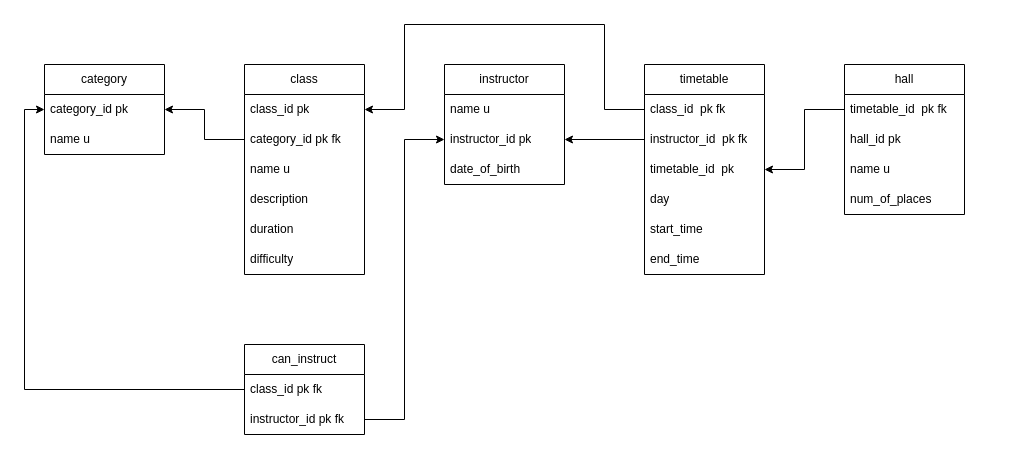
Warmara/SQL keeps this draw.io diagram as page "Stránka-2" (2 of 5) of H4T/D.drawio. Above is the earlier version. Source tidied: cells renumbered, new cells numbered last; positions are measured from the earlier drawing's top-left corner, leaving out a move shared by most shapes. Both pictures are drawn from the tidied source at 100%, with x=0, y=0 at pixel (44, 24).
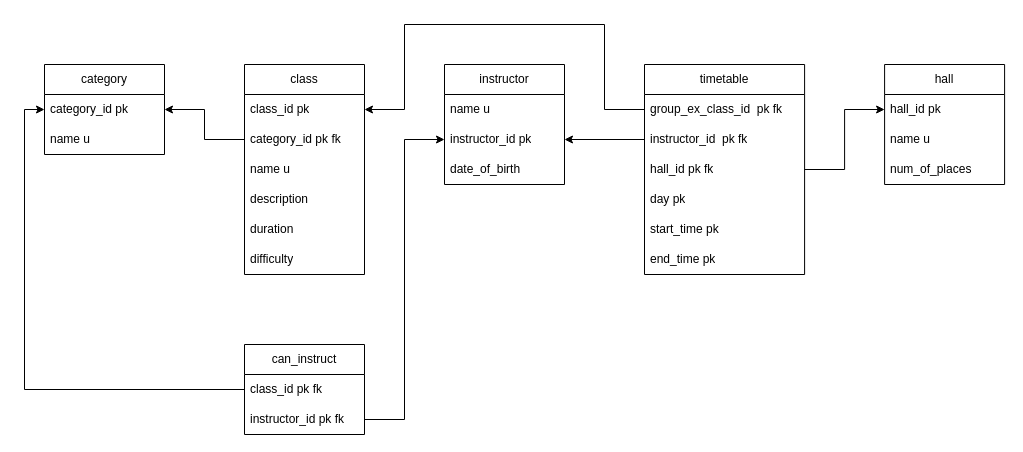
Above is the later version.

The edit, as a diff of the source:
```diff
@@
     <mxCell id="16" value="hall" style="swimlane;fontStyle=0;horizontal=1;startSize=30;whiteSpace=wrap;html=1;" parent="1" vertex="1">
-      <mxGeometry x="800" y="40" width="120" height="150" as="geometry" />
+      <mxGeometry x="840.1" y="40" width="120" height="120" as="geometry" />
     </mxCell>
-    <mxCell id="17" value="timetable_id&amp;nbsp; pk fk" style="text;strokeColor=none;fillColor=none;align=left;verticalAlign=middle;spacingLeft=4;spacingRight=4;overflow=hidden;points=[[0,0.5],[1,0.5]];portConstraint=eastwest;whiteSpace=wrap;html=1;" parent="16" vertex="1">
-      <mxGeometry y="30" width="120" height="30" as="geometry" />
-    </mxCell>
     <mxCell id="18" value="hall_id pk" style="text;strokeColor=none;fillColor=none;align=left;verticalAlign=middle;spacingLeft=4;spacingRight=4;overflow=hidden;points=[[0,0.5],[1,0.5]];portConstraint=eastwest;whiteSpace=wrap;html=1;" parent="16" vertex="1">
-      <mxGeometry y="60" width="120" height="30" as="geometry" />
+      <mxGeometry y="30" width="120" height="30" as="geometry" />
     </mxCell>
     <mxCell id="19" value="name u" style="text;strokeColor=none;fillColor=none;align=left;verticalAlign=middle;spacingLeft=4;spacingRight=4;overflow=hidden;whiteSpace=wrap;html=1;" parent="16" vertex="1">
-      <mxGeometry y="90" width="120" height="30" as="geometry" />
+      <mxGeometry y="60" width="120" height="30" as="geometry" />
     </mxCell>
     <mxCell id="20" value="num_of_places" style="text;strokeColor=none;fillColor=none;align=left;verticalAlign=middle;spacingLeft=4;spacingRight=4;overflow=hidden;whiteSpace=wrap;html=1;" parent="16" vertex="1">
-      <mxGeometry y="120" width="120" height="30" as="geometry" />
+      <mxGeometry y="90" width="120" height="30" as="geometry" />
     </mxCell>
@@
     <mxCell id="24" value="timetable" style="swimlane;fontStyle=0;horizontal=1;startSize=30;whiteSpace=wrap;html=1;" parent="1" vertex="1">
-      <mxGeometry x="600" y="40" width="120" height="210" as="geometry" />
+      <mxGeometry x="600" y="40" width="160.1" height="210" as="geometry" />
     </mxCell>
-    <mxCell id="25" value="class_id&amp;nbsp; pk fk" style="text;strokeColor=none;fillColor=none;align=left;verticalAlign=middle;spacingLeft=4;spacingRight=4;overflow=hidden;points=[[0,0.5],[1,0.5]];portConstraint=eastwest;whiteSpace=wrap;html=1;" parent="24" vertex="1">
-      <mxGeometry y="30" width="120" height="30" as="geometry" />
+    <mxCell id="25" value="group_ex_class_id&amp;nbsp; pk fk" style="text;strokeColor=none;fillColor=none;align=left;verticalAlign=middle;spacingLeft=4;spacingRight=4;overflow=hidden;points=[[0,0.5],[1,0.5]];portConstraint=eastwest;whiteSpace=wrap;html=1;" parent="24" vertex="1">
+      <mxGeometry y="30" width="160.1" height="30" as="geometry" />
     </mxCell>
     <mxCell id="26" value="instructor_id&amp;nbsp; pk fk" style="text;strokeColor=none;fillColor=none;align=left;verticalAlign=middle;spacingLeft=4;spacingRight=4;overflow=hidden;points=[[0,0.5],[1,0.5]];portConstraint=eastwest;whiteSpace=wrap;html=1;" parent="24" vertex="1">
-      <mxGeometry y="60" width="120" height="30" as="geometry" />
+      <mxGeometry y="60" width="160.1" height="30" as="geometry" />
     </mxCell>
-    <mxCell id="27" value="timetable_id&amp;nbsp; pk" style="text;strokeColor=none;fillColor=none;align=left;verticalAlign=middle;spacingLeft=4;spacingRight=4;overflow=hidden;points=[[0,0.5],[1,0.5]];portConstraint=eastwest;whiteSpace=wrap;html=1;" parent="24" vertex="1">
-      <mxGeometry y="90" width="120" height="30" as="geometry" />
-    </mxCell>
+    <mxCell id="37" value="hall_id pk fk" style="text;strokeColor=none;fillColor=none;align=left;verticalAlign=middle;spacingLeft=4;spacingRight=4;overflow=hidden;points=[[0,0.5],[1,0.5]];portConstraint=eastwest;whiteSpace=wrap;html=1;" parent="24" vertex="1">
+      <mxGeometry y="90" width="160.1" height="30" as="geometry" />
+    </mxCell>
-    <mxCell id="28" value="day" style="text;strokeColor=none;fillColor=none;align=left;verticalAlign=middle;spacingLeft=4;spacingRight=4;overflow=hidden;whiteSpace=wrap;html=1;" parent="24" vertex="1">
-      <mxGeometry y="120" width="120" height="30" as="geometry" />
+    <mxCell id="28" value="day pk" style="text;strokeColor=none;fillColor=none;align=left;verticalAlign=middle;spacingLeft=4;spacingRight=4;overflow=hidden;whiteSpace=wrap;html=1;" parent="24" vertex="1">
+      <mxGeometry y="120" width="160.1" height="30" as="geometry" />
     </mxCell>
-    <mxCell id="29" value="start_time" style="text;strokeColor=none;fillColor=none;align=left;verticalAlign=middle;spacingLeft=4;spacingRight=4;overflow=hidden;whiteSpace=wrap;html=1;" parent="24" vertex="1">
-      <mxGeometry y="150" width="120" height="30" as="geometry" />
+    <mxCell id="29" value="start_time pk" style="text;strokeColor=none;fillColor=none;align=left;verticalAlign=middle;spacingLeft=4;spacingRight=4;overflow=hidden;whiteSpace=wrap;html=1;" parent="24" vertex="1">
+      <mxGeometry y="150" width="160.1" height="30" as="geometry" />
     </mxCell>
-    <mxCell id="30" value="end_time" style="text;strokeColor=none;fillColor=none;align=left;verticalAlign=middle;spacingLeft=4;spacingRight=4;overflow=hidden;whiteSpace=wrap;html=1;" parent="24" vertex="1">
-      <mxGeometry y="180" width="120" height="30" as="geometry" />
+    <mxCell id="30" value="end_time pk" style="text;strokeColor=none;fillColor=none;align=left;verticalAlign=middle;spacingLeft=4;spacingRight=4;overflow=hidden;whiteSpace=wrap;html=1;" parent="24" vertex="1">
+      <mxGeometry y="180" width="160.1" height="30" as="geometry" />
     </mxCell>
@@
-    <mxCell id="33" style="edgeStyle=orthogonalEdgeStyle;rounded=0;jettySize=auto;html=1;" parent="1" edge="1" source="17" target="27">
-      <mxGeometry relative="1" as="geometry" />
-    </mxCell>
@@
+    <mxCell id="38" style="edgeStyle=orthogonalEdgeStyle;rounded=0;jettySize=auto;html=1;entryX=0;entryY=0.5;entryDx=0;entryDy=0;" parent="1" edge="1" source="37" target="18">
+      <mxGeometry relative="1" as="geometry" />
+    </mxCell>
```
